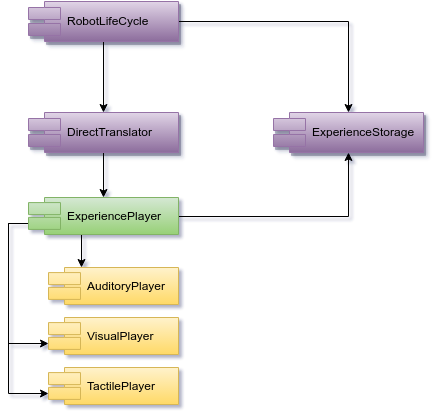
Before: doc/HLD_Component_RobotLifeCycle.png, a diagram exported from draw.io (research-team/robot-dream). Source tidied: cells renumbered, new cells last; positions are measured from the earlier drawing's top-left corner, leaving out a move shared by most shapes.
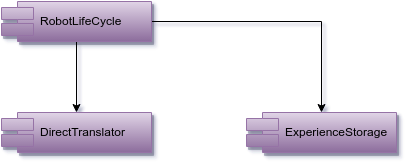
The same diagram one commit later.

Commit message:
HLD: corrected component diagrams

Diff of the diagram source:
```diff
@@ -2,47 +2,20 @@
   <root>
     <mxCell id="0" />
     <mxCell id="1" parent="0" />
-    <mxCell id="2" style="edgeStyle=orthogonalEdgeStyle;rounded=0;html=1;exitX=0.5;exitY=1;jettySize=auto;" parent="1" edge="1" source="3" target="8">
-      <mxGeometry x="413" y="241" as="geometry" />
+    <mxCell id="2" value="DirectTranslator" style="shape=component;align=left;spacingLeft=36;plain-purple;shadow=1;" parent="1" vertex="1">
+      <mxGeometry x="-245" y="111" width="150" height="40" as="geometry" />
     </mxCell>
-    <mxCell id="3" value="DirectTranslator" style="shape=component;align=left;spacingLeft=36;plain-purple;shadow=1;" parent="1" vertex="1">
+    <mxCell id="3" value="ExperienceStorage" style="shape=component;align=left;spacingLeft=36;plain-purple;shadow=1;" parent="1" vertex="1">
       <mxGeometry y="111" width="150" height="40" as="geometry" />
     </mxCell>
-    <mxCell id="4" style="edgeStyle=orthogonalEdgeStyle;rounded=0;html=1;exitX=0.5;exitY=1;entryX=0.25;entryY=0;jettySize=auto;" parent="1" edge="1" source="8" target="9">
-      <mxGeometry x="391" y="323" as="geometry" />
+    <mxCell id="4" style="edgeStyle=orthogonalEdgeStyle;rounded=0;html=1;jettySize=auto;" parent="1" edge="1" source="6" target="2">
+      <mxGeometry x="105" y="55" as="geometry" />
     </mxCell>
-    <mxCell id="5" style="edgeStyle=orthogonalEdgeStyle;rounded=0;html=1;exitX=0;exitY=0.7;entryX=0;entryY=0.7;jettySize=auto;" parent="1" edge="1" source="8" target="10">
-      <mxGeometry x="318" y="312" as="geometry" />
+    <mxCell id="5" style="edgeStyle=orthogonalEdgeStyle;rounded=0;html=1;entryX=0.5;entryY=0;jettySize=auto;" parent="1" edge="1" source="6" target="3">
+      <mxGeometry x="180" y="35" as="geometry" />
     </mxCell>
-    <mxCell id="6" style="edgeStyle=orthogonalEdgeStyle;rounded=0;html=1;exitX=0;exitY=0.7;entryX=0;entryY=0.7;jettySize=auto;" parent="1" edge="1" source="8" target="11">
-      <mxGeometry x="318" y="312" as="geometry" />
+    <mxCell id="6" value="RobotLifeCycle" style="shape=component;align=left;spacingLeft=36;plain-purple;shadow=1;" parent="1" vertex="1">
+      <mxGeometry x="-245" width="150" height="40" as="geometry" />
     </mxCell>
-    <mxCell id="7" style="edgeStyle=orthogonalEdgeStyle;rounded=0;html=1;jettySize=auto;" parent="1" edge="1" source="8" target="12">
-      <mxGeometry x="488" y="241" as="geometry" />
-    </mxCell>
-    <mxCell id="8" value="ExperiencePlayer" style="shape=component;align=left;spacingLeft=36;plain-green;" parent="1" vertex="1">
-      <mxGeometry y="196" width="150" height="37" as="geometry" />
-    </mxCell>
-    <mxCell id="9" value="AuditoryPlayer" style="shape=component;align=left;spacingLeft=36;plain-yellow;" parent="1" vertex="1">
-      <mxGeometry x="20" y="266" width="130" height="37" as="geometry" />
-    </mxCell>
-    <mxCell id="10" value="VisualPlayer" style="shape=component;align=left;spacingLeft=36;plain-yellow;" parent="1" vertex="1">
-      <mxGeometry x="20" y="316" width="130" height="37" as="geometry" />
-    </mxCell>
-    <mxCell id="11" value="TactilePlayer" style="shape=component;align=left;spacingLeft=36;plain-yellow;" parent="1" vertex="1">
-      <mxGeometry x="20" y="366" width="130" height="37" as="geometry" />
-    </mxCell>
-    <mxCell id="12" value="ExperienceStorage" style="shape=component;align=left;spacingLeft=36;plain-purple;shadow=1;" parent="1" vertex="1">
-      <mxGeometry x="245" y="111" width="150" height="40" as="geometry" />
-    </mxCell>
-    <mxCell id="13" style="edgeStyle=orthogonalEdgeStyle;rounded=0;html=1;jettySize=auto;" parent="1" edge="1" source="15" target="3">
-      <mxGeometry x="413" y="130" as="geometry" />
-    </mxCell>
-    <mxCell id="14" style="edgeStyle=orthogonalEdgeStyle;rounded=0;html=1;entryX=0.5;entryY=0;jettySize=auto;" parent="1" edge="1" source="15" target="12">
-      <mxGeometry x="488" y="110" as="geometry" />
-    </mxCell>
-    <mxCell id="15" value="RobotLifeCycle" style="shape=component;align=left;spacingLeft=36;plain-purple;shadow=1;" parent="1" vertex="1">
-      <mxGeometry width="150" height="40" as="geometry" />
-    </mxCell>
   </root>
 </mxGraphModel>
```
